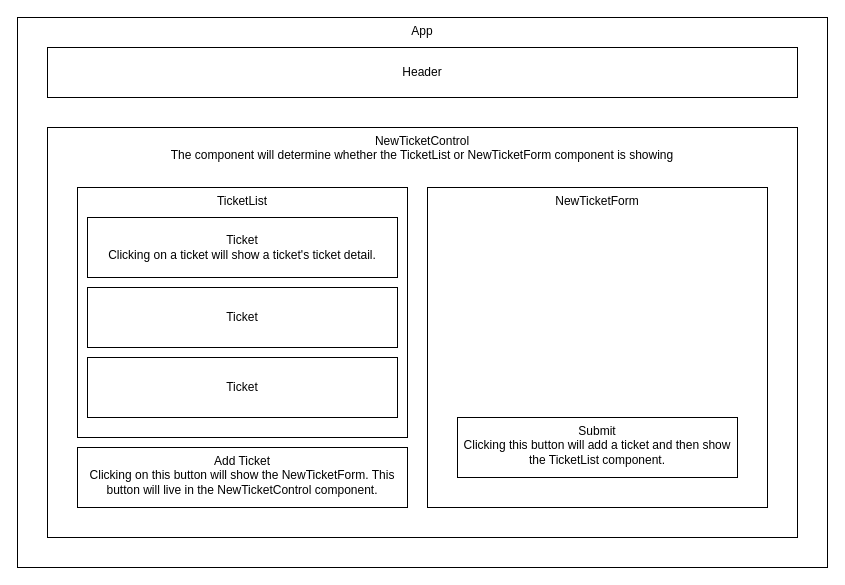
Earlier version of the draw.io diagram Untitled Diagram.drawio (CristinaPlesa/help-queue). Source tidied: cells renumbered, new cells numbered last; positions are measured from the earlier drawing's top-left corner, leaving out a move shared by most shapes. Both pictures are drawn from the tidied source at 100%, with x=0, y=0 at pixel (17, 17).
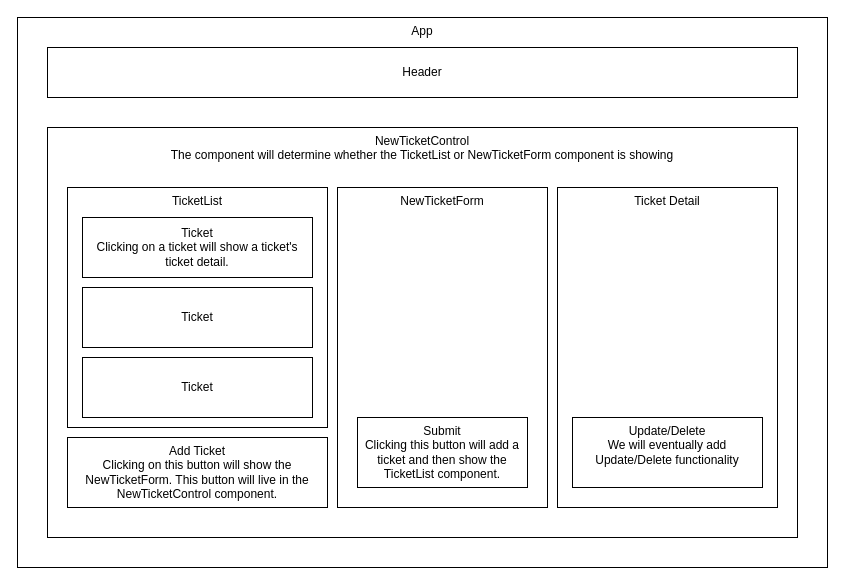
After the change.

Commit message:
Add Ticket Detail to Diagram

Change to the diagram source:
```diff
@@
 <mxGraphModel>
   <root>
     <mxCell id="0" />
     <mxCell id="1" parent="0" />
     <mxCell id="2" value="App" style="rounded=0;whiteSpace=wrap;html=1;verticalAlign=top;" parent="1" vertex="1">
       <mxGeometry width="810" height="550" as="geometry" />
     </mxCell>
     <mxCell id="3" value="NewTicketControl&lt;br&gt;The component will determine whether the TicketList or NewTicketForm component is showing" style="rounded=0;whiteSpace=wrap;html=1;verticalAlign=top;" parent="1" vertex="1">
       <mxGeometry x="30" y="110" width="750" height="410" as="geometry" />
     </mxCell>
     <mxCell id="4" value="Header" style="rounded=0;whiteSpace=wrap;html=1;verticalAlign=middle;" parent="1" vertex="1">
       <mxGeometry x="30" y="30" width="750" height="50" as="geometry" />
     </mxCell>
     <mxCell id="5" value="TicketList" style="rounded=0;whiteSpace=wrap;html=1;verticalAlign=top;" parent="1" vertex="1">
-      <mxGeometry x="60" y="170" width="330" height="250" as="geometry" />
+      <mxGeometry x="50" y="170" width="260" height="240" as="geometry" />
     </mxCell>
     <mxCell id="6" value="NewTicketForm" style="rounded=0;whiteSpace=wrap;html=1;verticalAlign=top;" parent="1" vertex="1">
-      <mxGeometry x="410" y="170" width="340" height="320" as="geometry" />
+      <mxGeometry x="320" y="170" width="210" height="320" as="geometry" />
     </mxCell>
     <mxCell id="7" value="Submit&lt;br&gt;Clicking this button will add a ticket and then show the TicketList component." style="rounded=0;whiteSpace=wrap;html=1;verticalAlign=top;" parent="1" vertex="1">
-      <mxGeometry x="440" y="400" width="280" height="60" as="geometry" />
+      <mxGeometry x="340" y="400" width="170" height="70" as="geometry" />
     </mxCell>
     <mxCell id="8" value="Add Ticket&lt;br&gt;Clicking on this button will show the NewTicketForm. This button will live in the NewTicketControl component." style="rounded=0;whiteSpace=wrap;html=1;verticalAlign=top;" parent="1" vertex="1">
-      <mxGeometry x="60" y="430" width="330" height="60" as="geometry" />
+      <mxGeometry x="50" y="420" width="260" height="70" as="geometry" />
     </mxCell>
     <mxCell id="9" value="Ticket&lt;br&gt;Clicking on a ticket will show a ticket's ticket detail." style="rounded=0;whiteSpace=wrap;html=1;verticalAlign=middle;" parent="1" vertex="1">
-      <mxGeometry x="70" y="200" width="310" height="60" as="geometry" />
+      <mxGeometry x="65" y="200" width="230" height="60" as="geometry" />
     </mxCell>
     <mxCell id="10" value="Ticket" style="rounded=0;whiteSpace=wrap;html=1;verticalAlign=middle;" parent="1" vertex="1">
-      <mxGeometry x="70" y="270" width="310" height="60" as="geometry" />
+      <mxGeometry x="65" y="270" width="230" height="60" as="geometry" />
     </mxCell>
     <mxCell id="11" value="Ticket" style="rounded=0;whiteSpace=wrap;html=1;verticalAlign=middle;" parent="1" vertex="1">
-      <mxGeometry x="70" y="340" width="310" height="60" as="geometry" />
+      <mxGeometry x="65" y="340" width="230" height="60" as="geometry" />
     </mxCell>
+    <mxCell id="12" value="Ticket Detail" style="rounded=0;whiteSpace=wrap;html=1;verticalAlign=top;" parent="1" vertex="1">
+      <mxGeometry x="540" y="170" width="220" height="320" as="geometry" />
+    </mxCell>
+    <mxCell id="13" value="Update/Delete&lt;br&gt;We will eventually add Update/Delete functionality" style="rounded=0;whiteSpace=wrap;html=1;verticalAlign=top;" parent="1" vertex="1">
+      <mxGeometry x="555" y="400" width="190" height="70" as="geometry" />
+    </mxCell>
   </root>
 </mxGraphModel>
```
